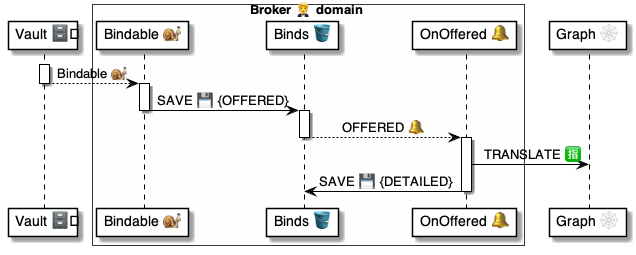
Above: 4 ⚙️ Solution/20 🧑‍🦰 UI/Brokers 🤵/🤵🪣 Broker tables/Binds 🔗 table/🪣🔔 1 Offered/🤵 OnBindOffered ⚙️ uml.png in pollyweb-org/pollyweb-docs (PlantUML), before the change. Its source is kept beside it as 4 ⚙️ Solution/20 🧑‍🦰 UI/Brokers 🤵/🤵🪣 Broker tables/Binds 🔗 table/🪣🔔 1 Offered/🤵 OnBindOffered ⚙️ uml.puml.
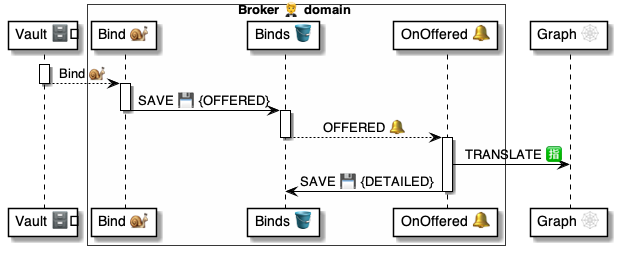
The same file after the commit.

Diff of the diagram source:
```diff
@@ -3,7 +3,7 @@
 participant "Vault 🗄️" as vault
 
 box Broker 🤵 domain #FFFFFA
-    participant "Bindable 🐌" as script
+    participant "Bind 🐌" as script
     participant "Binds 🪣" as binds
     participant "OnOffered 🔔" as handler
 end box
@@ -12,7 +12,7 @@
 
 
 activate vault
-    vault --> script: Bindable 🐌
+    vault --> script: Bind 🐌
 deactivate vault
 
 activate script
```
